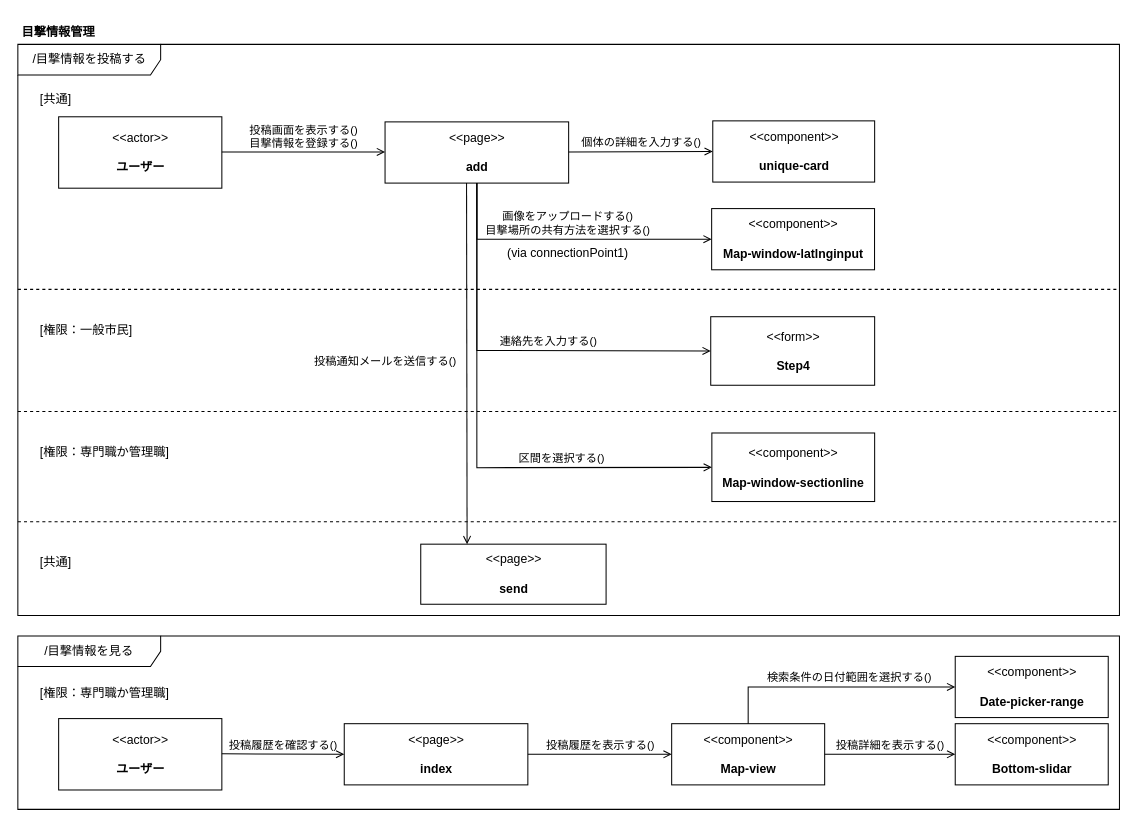
Earlier version of the draw.io diagram page "コンポーネントとアクション" (4 of 7) of Iriomote.drawio (kaoru387/draw.io). Source tidied: cells renumbered, new cells numbered last; positions are measured from the earlier drawing's top-left corner, leaving out a move shared by most shapes. Both pictures are drawn from the tidied source at 102%, with x=0, y=0 at pixel (17, 17).
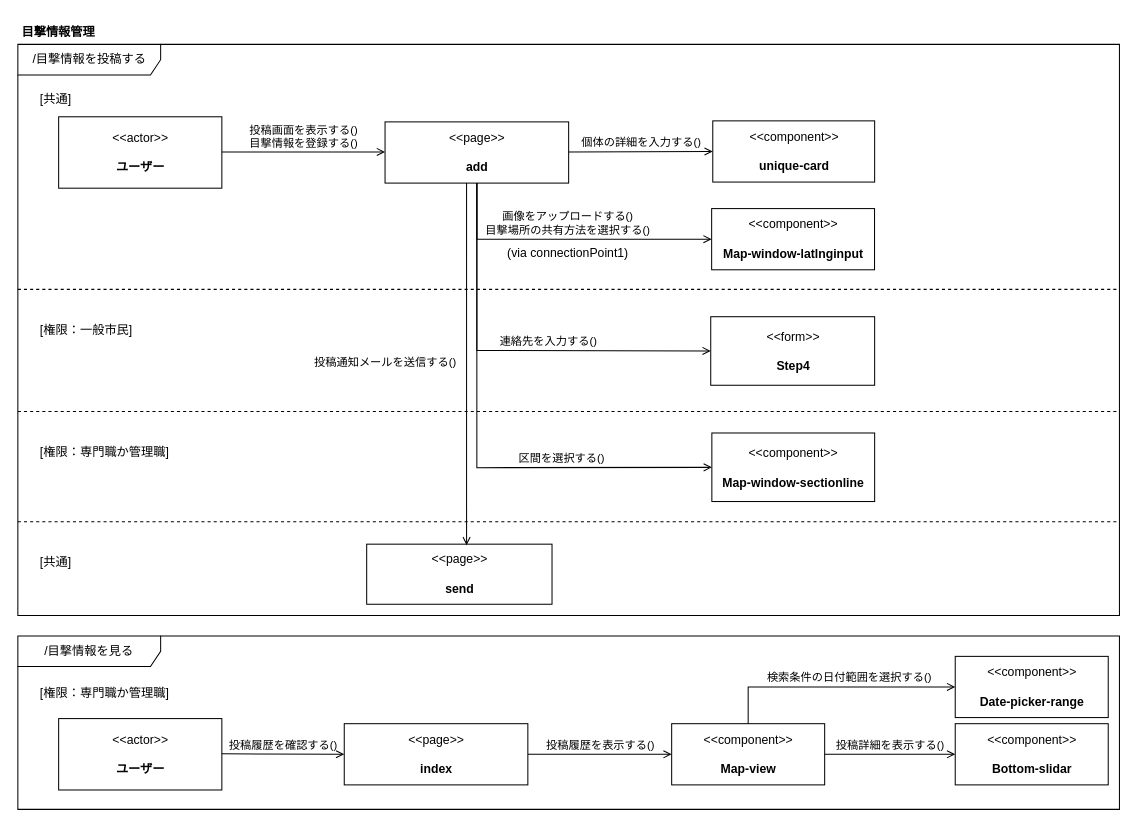
The same diagram, later.

The change refers to these unchanged cells:
```xml
<mxCell id="3" value="&lt;span&gt;/目撃情報を投稿する&lt;/span&gt;" style="shape=umlFrame;tabWidth=110;tabHeight=30;tabPosition=left;html=1;boundedLbl=1;labelInHeader=1;width=140;height=30;" parent="1" vertex="1">
  <mxGeometry y="26" width="1080" height="560" as="geometry" />
</mxCell>
<mxCell id="14" value="&amp;lt;&amp;lt;page&amp;gt;&amp;gt;&lt;br&gt;&lt;br&gt;&lt;b&gt;add&lt;/b&gt;" style="text;html=1;align=center;verticalAlign=middle;dashed=0;fillColor=#ffffff;strokeColor=#000000;" parent="1" vertex="1">
  <mxGeometry x="360" y="102" width="180" height="60" as="geometry" />
</mxCell>
```

What changed in the source:
```diff
@@
     <mxCell id="10" value="&amp;lt;&amp;lt;page&amp;gt;&amp;gt;&lt;br&gt;&lt;br&gt;&lt;b&gt;send&lt;/b&gt;" style="text;html=1;align=center;verticalAlign=middle;dashed=0;fillColor=#ffffff;strokeColor=#000000;" parent="3" vertex="1">
-      <mxGeometry x="395" y="490" width="181.7" height="58.9" as="geometry" />
+      <mxGeometry x="342" y="490" width="181.7" height="58.9" as="geometry" />
     </mxCell>
@@
-    <mxCell id="28" value="&lt;span style=&quot;text-align: left&quot;&gt;投稿通知メールを送信する()&lt;/span&gt;" style="endArrow=open;html=1;rounded=0;align=center;verticalAlign=bottom;endFill=0;labelBackgroundColor=none;entryX=0.25;entryY=0;entryDx=0;entryDy=0;exitX=0.444;exitY=1;exitDx=0;exitDy=0;exitPerimeter=0;" parent="1" edge="1" source="14" target="10">
+    <mxCell id="28" value="&lt;span style=&quot;text-align: left&quot;&gt;投稿通知メールを送信する()&lt;/span&gt;" style="endArrow=open;html=1;rounded=0;align=center;verticalAlign=bottom;endFill=0;labelBackgroundColor=none;entryX=0.539;entryY=0.017;entryDx=0;entryDy=0;exitX=0.444;exitY=1;exitDx=0;exitDy=0;exitPerimeter=0;entryPerimeter=0;" parent="1" edge="1" source="14" target="10">
       <mxGeometry x="0.04" y="-80" relative="1" as="geometry" />
     </mxCell>
```
